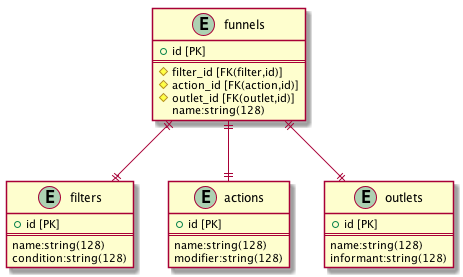
nomlab/goohub keeps this PlantUML diagram as attic/er.png. Above is the earlier version. Its diagram source:
```plantuml
@startuml
entity "funnels" {
    + id [PK]
    ==
    # filter_id [FK(filter,id)]
    # action_id [FK(action,id)]
    # outlet_id [FK(outlet,id)]
    name:string(128)
}

entity "filters" {
    + id [PK]
    ==
    name:string(128)
    condition:string(128)
}
entity "actions" {
    + id [PK]
    ==
    name:string(128)
    modifier:string(128)
}
entity "outlets" {
    + id [PK]
    ==
    name:string(128)
    informant:string(128)
}

"funnels"||--||"filters"
"funnels"||--||"actions"
"funnels"||--||"outlets"

@enduml
```
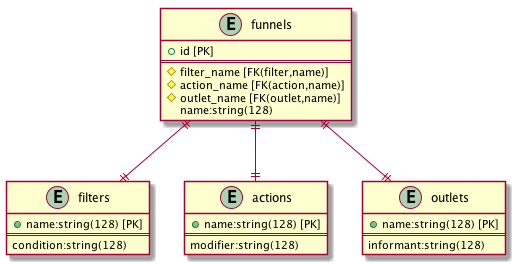
The same diagram one commit later.

Commit message:
Delete id in Filter, Action, Outlet class because using name instead of id

Change to the diagram source:
```diff
@@ -2,28 +2,25 @@
 entity "funnels" {
     + id [PK]
     ==
-    # filter_id [FK(filter,id)]
-    # action_id [FK(action,id)]
-    # outlet_id [FK(outlet,id)]
+    # filter_name [FK(filter,name)]
+    # action_name [FK(action,name)]
+    # outlet_name [FK(outlet,name)]
     name:string(128)
 }
 
 entity "filters" {
-    + id [PK]
+    + name:string(128) [PK]
     ==
-    name:string(128)
     condition:string(128)
 }
 entity "actions" {
-    + id [PK]
+    + name:string(128) [PK]
     ==
-    name:string(128)
     modifier:string(128)
 }
 entity "outlets" {
-    + id [PK]
+    + name:string(128) [PK]
     ==
-    name:string(128)
     informant:string(128)
 }
 
```
